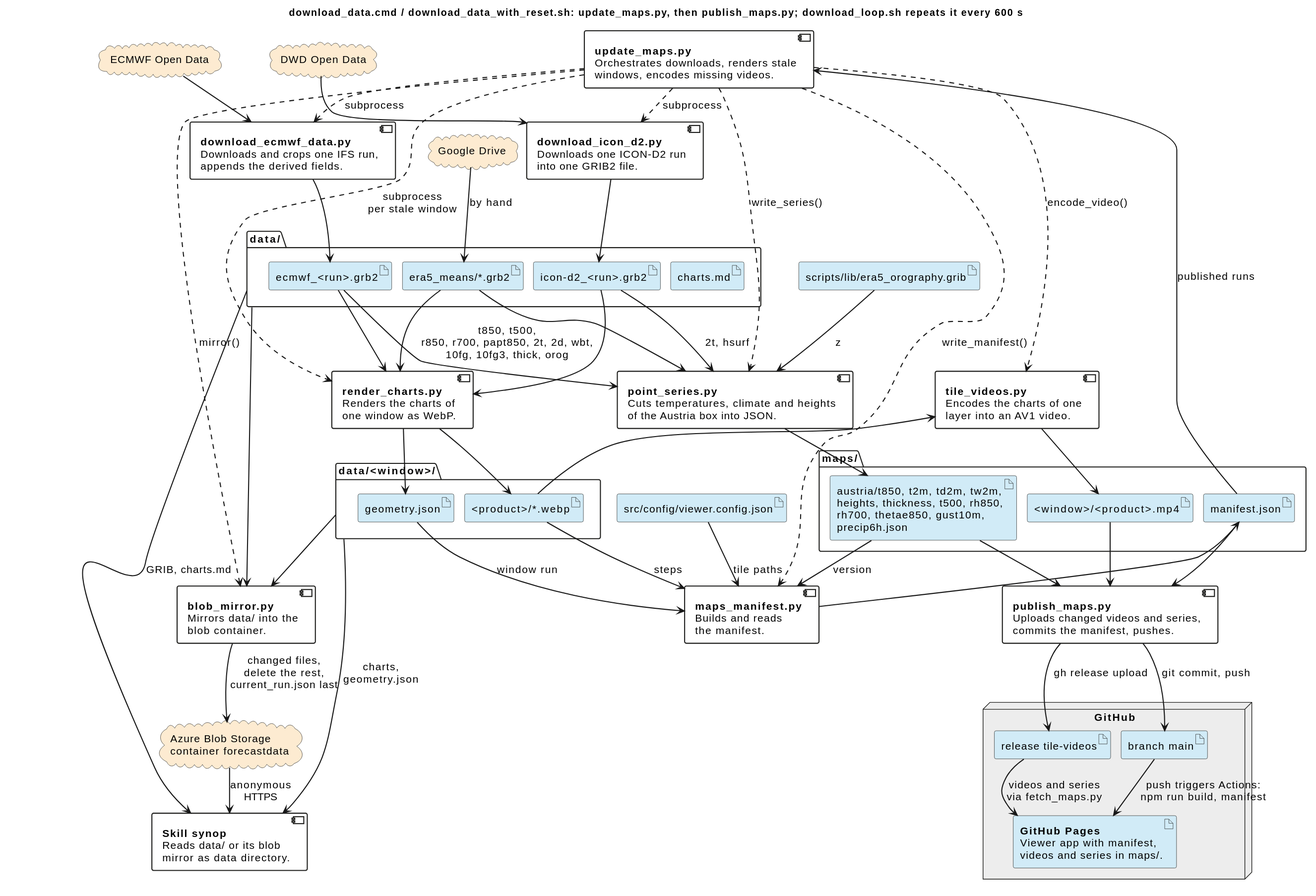
The PlantUML diagram docs/pipeline.svg in schletz/wetterkartenviewer, before a commit.
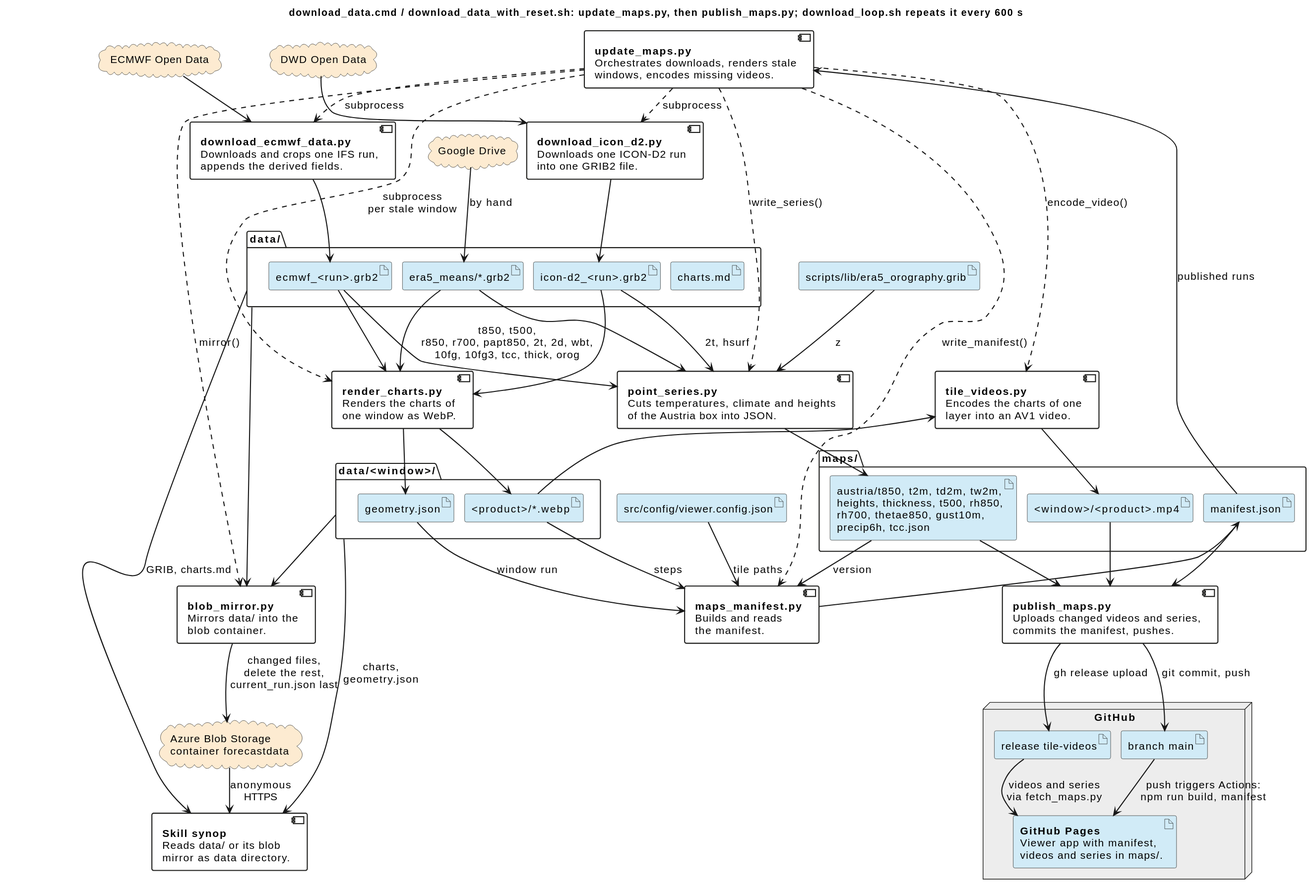
After the change.

Diff of the diagram source:
```diff
@@ -108,7 +108,7 @@
 }
 folder "maps/" {
  artifact "<window>/<product>.mp4" as videos
- artifact "austria/t850, t2m, td2m, tw2m,\nheights, thickness, t500, rh850,\nrh700, thetae850, gust10m,\nprecip6h.json" as series
+ artifact "austria/t850, t2m, td2m, tw2m,\nheights, thickness, t500, rh850,\nrh700, thetae850, gust10m,\nprecip6h, tcc.json" as series
  artifact "manifest.json" as manifest
 }
 artifact "src/config/viewer.config.json" as config
@@ -141,7 +141,7 @@
 render_charts --> geometry
 charts --> tile_videos
 tile_videos --> videos
-ecmwf_grib --> point_series : t850, t500,\nr850, r700, papt850, 2t, 2d, wbt,\n10fg, 10fg3, thick, orog
+ecmwf_grib --> point_series : t850, t500,\nr850, r700, papt850, 2t, 2d, wbt,\n10fg, 10fg3, tcc, thick, orog
 icon_grib --> point_series : 2t, hsurf
 era5 --> point_series
 era5_orog --> point_series : z
```
